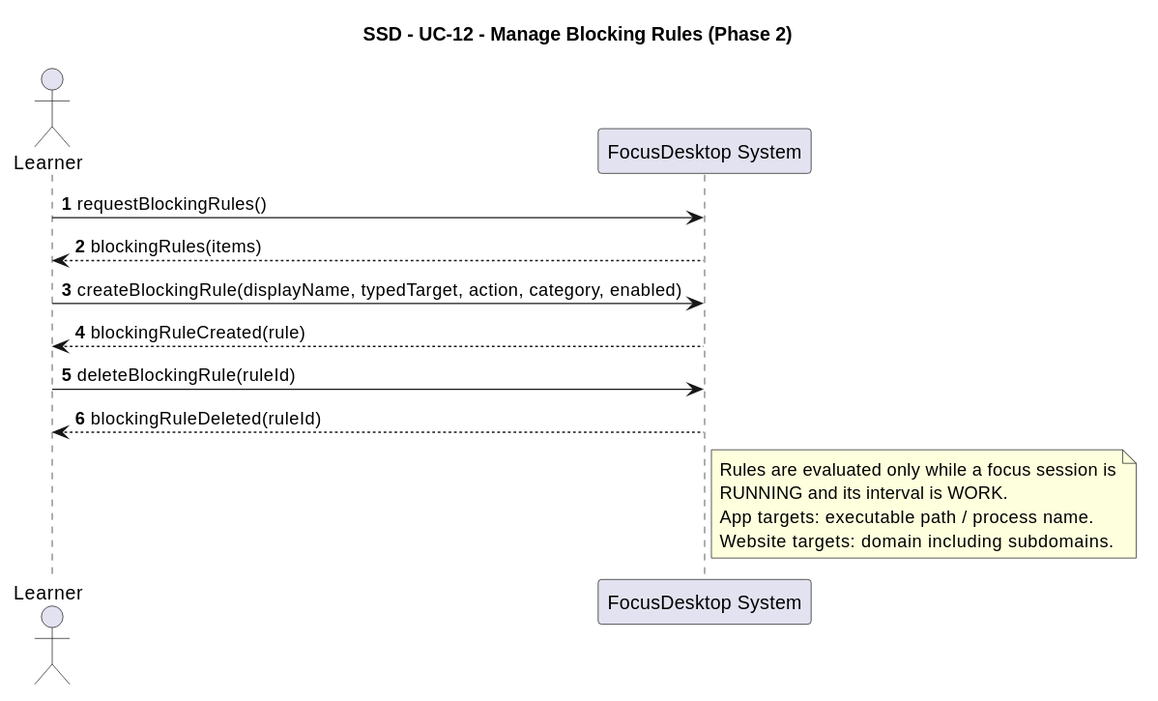
Above: docs/SSD/SSD_BlockingRules.svg in MiguelRibeiro1210/Focus-and-Study-Tracking (PlantUML), before the change.
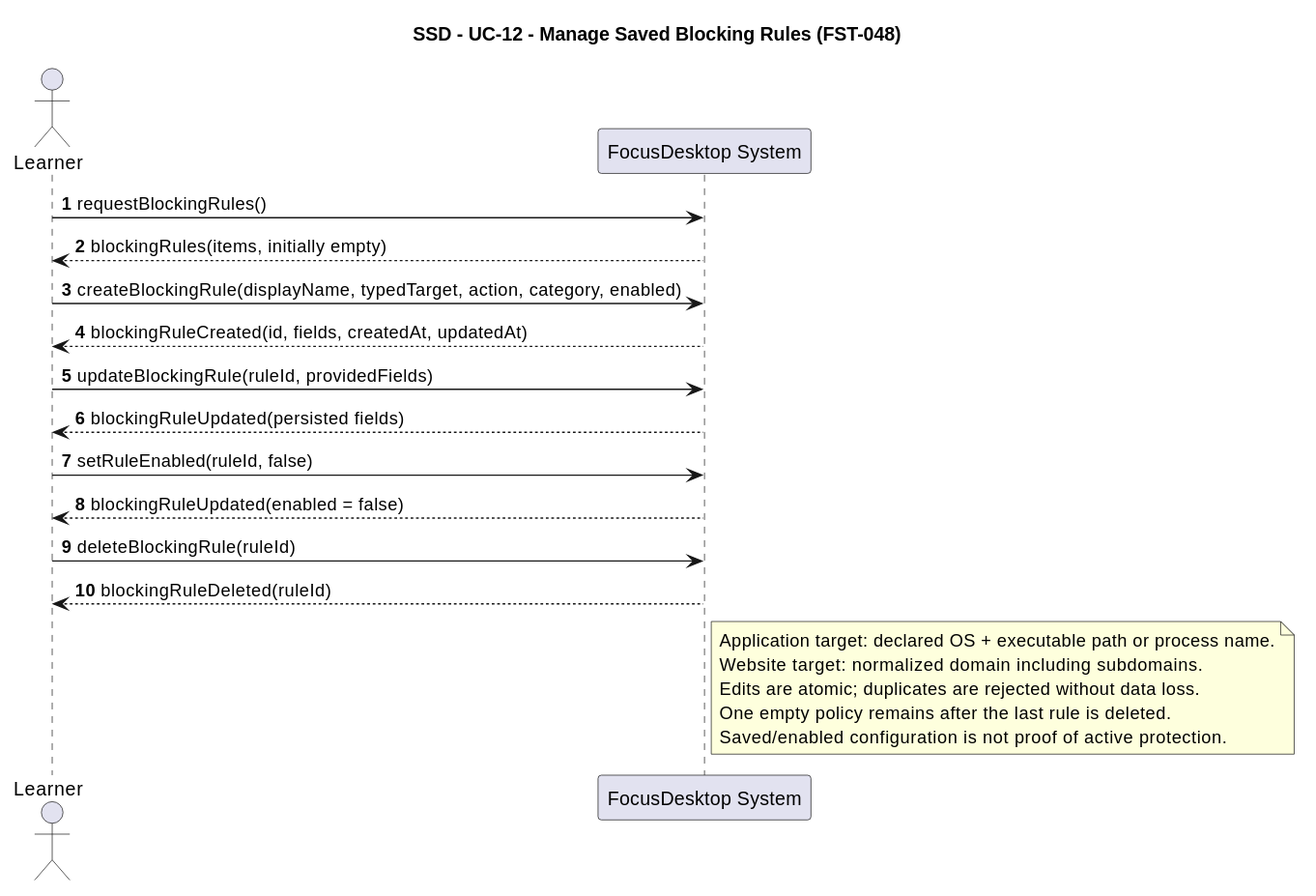
After the commit.

Commit message:
docs(blocking): define persisted rule management and local API

What changed in the source:
```diff
@@ -1,23 +1,25 @@
 @startuml
-title SSD - UC-12 - Manage Blocking Rules (Phase 2)
-
+title SSD - UC-12 - Manage Saved Blocking Rules (FST-048)
 autonumber
 actor Learner
 participant "FocusDesktop System" as System
 
 Learner -> System : requestBlockingRules()
-System --> Learner : blockingRules(items)
-
+System --> Learner : blockingRules(items, initially empty)
 Learner -> System : createBlockingRule(displayName, typedTarget, action, category, enabled)
-System --> Learner : blockingRuleCreated(rule)
-
+System --> Learner : blockingRuleCreated(id, fields, createdAt, updatedAt)
+Learner -> System : updateBlockingRule(ruleId, providedFields)
+System --> Learner : blockingRuleUpdated(persisted fields)
+Learner -> System : setRuleEnabled(ruleId, false)
+System --> Learner : blockingRuleUpdated(enabled = false)
 Learner -> System : deleteBlockingRule(ruleId)
 System --> Learner : blockingRuleDeleted(ruleId)
 
 note right of System
-  Rules are evaluated only while a focus session is
-  RUNNING and its interval is WORK.
-  App targets: executable path / process name.
-  Website targets: domain including subdomains.
+  Application target: declared OS + executable path or process name.
+  Website target: normalized domain including subdomains.
+  Edits are atomic; duplicates are rejected without data loss.
+  One empty policy remains after the last rule is deleted.
+  Saved/enabled configuration is not proof of active protection.
 end note
 @enduml
```
